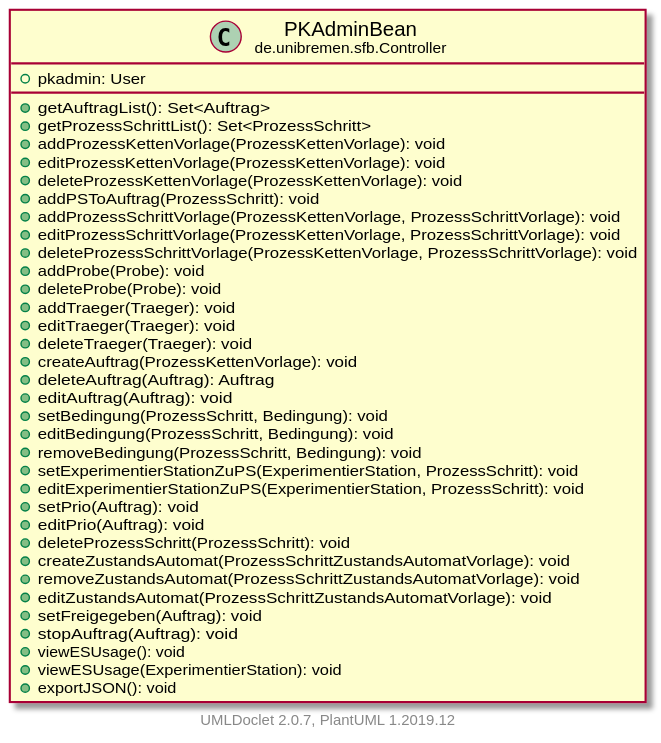
Earlier version of the PlantUML export doc/UML/modulsichtSVG/PKAdminBean.svg (fkehlenb/softwareprojekt-2).
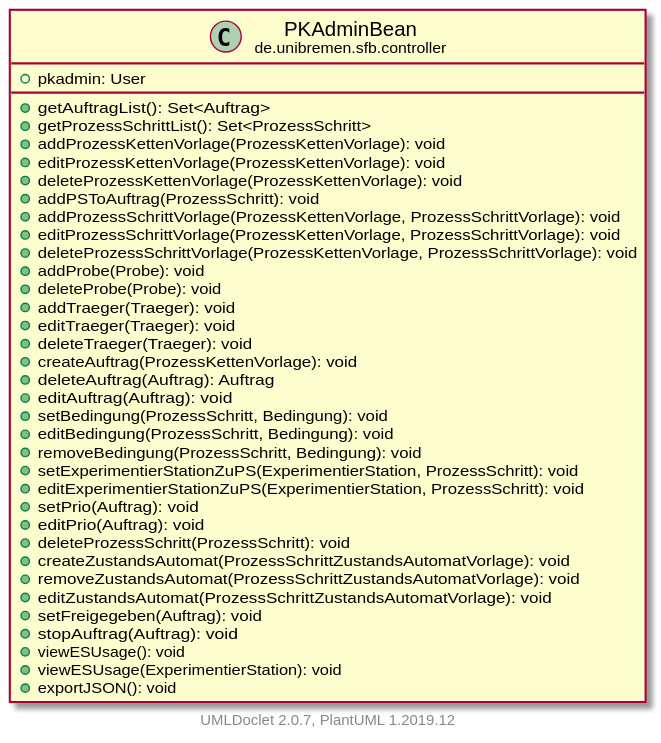
The same file after the commit.

Diff of the diagram source:
```diff
@@ -3,7 +3,7 @@
     hide empty fields
     hide empty methods
 
-    class "<size:14>PKAdminBean\n<size:10>de.unibremen.sfb.Controller" as de.unibremen.sfb.Controller.PKAdminBean [[PKAdminBean.html]] {
+    class "<size:14>PKAdminBean\n<size:10>de.unibremen.sfb.controller" as de.unibremen.sfb.controller.PKAdminBean [[PKAdminBean.html]] {
         +pkadmin: User
         +getAuftragList(): Set<Auftrag>
         +getProzessSchrittList(): Set<ProzessSchritt>
```
